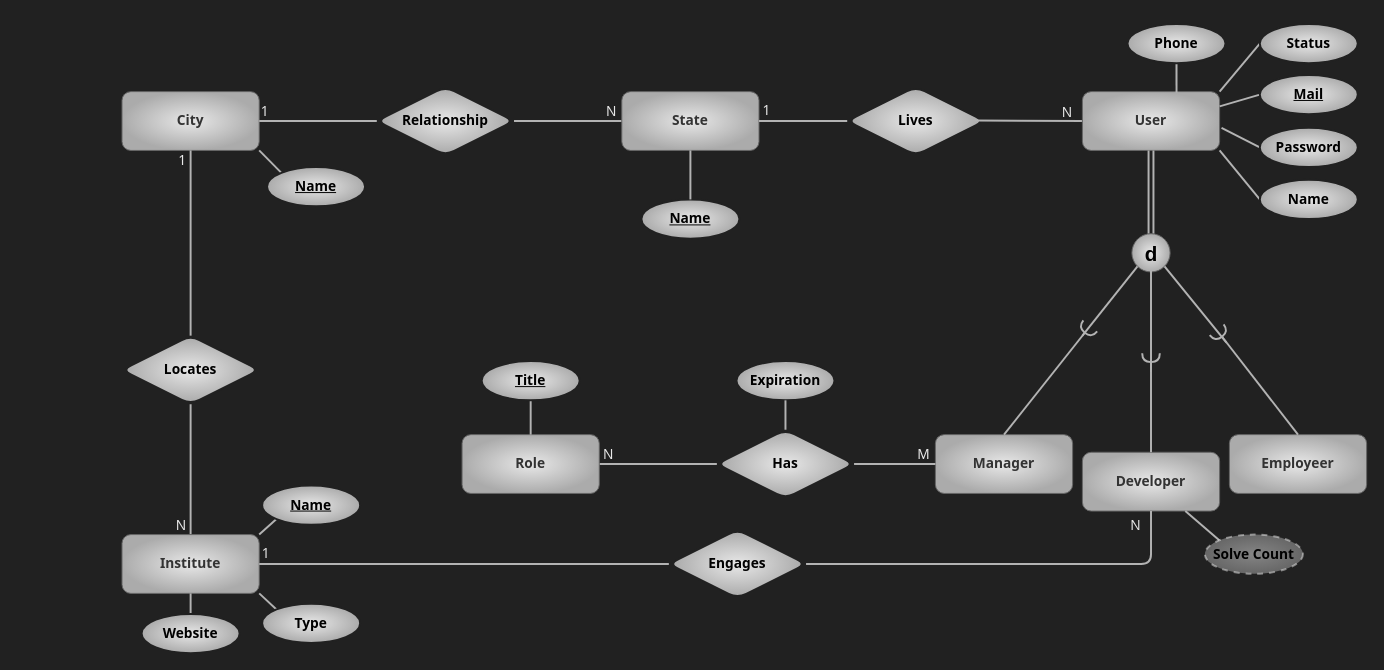
This is page "authentication" (3 of 5) of er.drawio from kntu-db/quera-db, a draw.io file, before an edit. Source tidied: cells renumbered, new cells numbered last; positions are measured from the earlier drawing's top-left corner, leaving out a move shared by most shapes. Both pictures are drawn from the tidied source at 98%, with x=0, y=0 at pixel (122, 24).
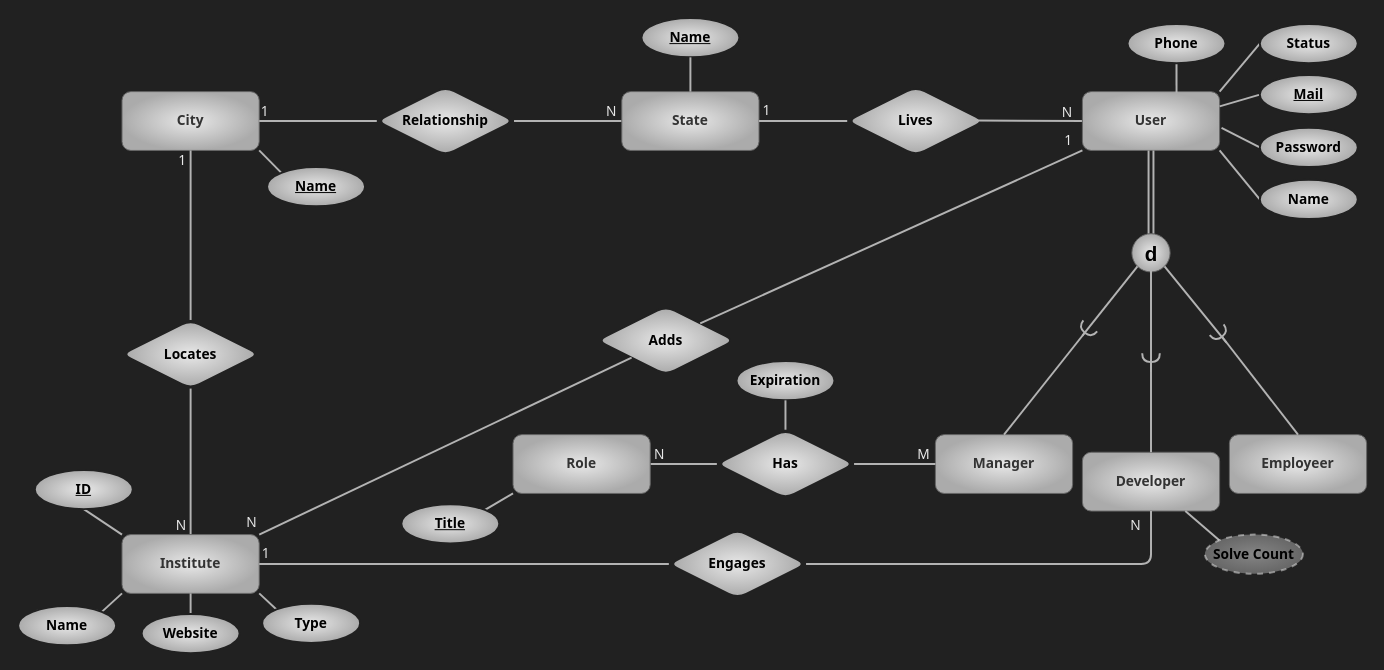
Above is the later version.

The change refers to these unchanged cells:
```xml
<mxCell id="10" value="Institute" style="whiteSpace=wrap;html=1;align=center;fontFamily=Tahoma;rounded=1;fillColor=#E8E8E8;strokeColor=#666666;fontColor=#333333;gradientColor=#ABABAB;gradientDirection=radial;fontSize=14;labelBackgroundColor=none;fontStyle=1;" parent="1" vertex="1">
  <mxGeometry y="521" width="140" height="60" as="geometry" />
</mxCell>
<mxCell id="22" value="State" style="whiteSpace=wrap;html=1;align=center;fontFamily=Tahoma;rounded=1;fillColor=#E8E8E8;strokeColor=#666666;fontColor=#333333;gradientColor=#ABABAB;gradientDirection=radial;fontSize=14;labelBackgroundColor=none;fontStyle=1;" parent="1" vertex="1">
  <mxGeometry x="510" y="69" width="140" height="60" as="geometry" />
</mxCell>
<mxCell id="30" value="User" style="whiteSpace=wrap;html=1;align=center;fontFamily=Tahoma;rounded=1;fillColor=#E8E8E8;strokeColor=#666666;fontColor=#333333;gradientColor=#ABABAB;gradientDirection=radial;fontSize=14;labelBackgroundColor=none;fontStyle=1;" parent="1" vertex="1">
  <mxGeometry x="980" y="69" width="140" height="60" as="geometry" />
</mxCell>
```

Change to the diagram source:
```diff
@@
     <mxCell id="7" value="Locates" style="shape=rhombus;perimeter=rhombusPerimeter;whiteSpace=wrap;html=1;align=center;rounded=1;labelBackgroundColor=none;fontFamily=Tahoma;fontSize=14;fontColor=#000000;strokeColor=#212121;strokeWidth=2;fillColor=#E8E8E8;gradientColor=#ABABAB;gradientDirection=radial;fontStyle=1;" parent="1" vertex="1">
-      <mxGeometry y="318" width="140" height="70" as="geometry" />
+      <mxGeometry y="302" width="140" height="70" as="geometry" />
     </mxCell>
@@
-    <mxCell id="12" style="endArrow=none;html=1;rounded=1;fontFamily=Tahoma;fontSize=14;fontColor=#000000;strokeWidth=2;sketch=0;shadow=0;fillColor=none;strokeColor=#B3B3B3;exitX=1;exitY=0;exitDx=0;exitDy=0;entryX=0;entryY=1;entryDx=0;entryDy=0;" parent="1" edge="1" source="10" target="16">
+    <mxCell id="12" style="endArrow=none;html=1;rounded=1;fontFamily=Tahoma;fontSize=14;fontColor=#000000;strokeWidth=2;sketch=0;shadow=0;fillColor=none;strokeColor=#B3B3B3;exitX=0;exitY=0;exitDx=0;exitDy=0;entryX=0.5;entryY=1;entryDx=0;entryDy=0;" parent="1" edge="1" source="10" target="16">
       <mxGeometry relative="1" as="geometry" />
     </mxCell>
@@
-    <mxCell id="16" value="Name" style="ellipse;whiteSpace=wrap;html=1;align=center;fontStyle=5;rounded=1;labelBackgroundColor=none;fontFamily=Tahoma;fontSize=14;fontColor=#000000;strokeColor=#212121;strokeWidth=2;fillColor=#E8E8E8;gradientColor=#ABABAB;gradientDirection=radial;" parent="1" vertex="1">
-      <mxGeometry x="143" y="471" width="100" height="40" as="geometry" />
+    <mxCell id="16" value="ID" style="ellipse;whiteSpace=wrap;html=1;align=center;fontStyle=5;rounded=1;labelBackgroundColor=none;fontFamily=Tahoma;fontSize=14;fontColor=#000000;strokeColor=#212121;strokeWidth=2;fillColor=#E8E8E8;gradientColor=#ABABAB;gradientDirection=radial;" parent="1" vertex="1">
+      <mxGeometry x="-89" y="455" width="100" height="40" as="geometry" />
     </mxCell>
@@
     <mxCell id="23" value="Name" style="ellipse;whiteSpace=wrap;html=1;align=center;fontStyle=5;rounded=1;labelBackgroundColor=none;fontFamily=Tahoma;fontSize=14;fontColor=#000000;strokeColor=#212121;strokeWidth=2;fillColor=#E8E8E8;gradientColor=#ABABAB;gradientDirection=radial;" parent="1" vertex="1">
-      <mxGeometry x="530" y="179" width="100" height="40" as="geometry" />
+      <mxGeometry x="530" y="-6" width="100" height="40" as="geometry" />
     </mxCell>
-    <mxCell id="24" style="endArrow=none;html=1;rounded=1;fontFamily=Tahoma;fontSize=14;fontColor=#000000;strokeWidth=2;sketch=0;shadow=0;fillColor=none;strokeColor=#B3B3B3;exitX=0.5;exitY=1;exitDx=0;exitDy=0;entryX=0.5;entryY=0;entryDx=0;entryDy=0;" parent="1" edge="1" source="22" target="23">
+    <mxCell id="24" style="endArrow=none;html=1;rounded=1;fontFamily=Tahoma;fontSize=14;fontColor=#000000;strokeWidth=2;sketch=0;shadow=0;fillColor=none;strokeColor=#B3B3B3;entryX=0.5;entryY=1;entryDx=0;entryDy=0;exitX=0.5;exitY=0;exitDx=0;exitDy=0;" parent="1" edge="1" source="22" target="23">
       <mxGeometry relative="1" as="geometry" />
     </mxCell>
@@
     <mxCell id="66" value="Role" style="whiteSpace=wrap;html=1;align=center;fontFamily=Tahoma;rounded=1;fillColor=#E8E8E8;strokeColor=#666666;fontColor=#333333;gradientColor=#ABABAB;gradientDirection=radial;fontSize=14;labelBackgroundColor=none;fontStyle=1;" parent="1" vertex="1">
-      <mxGeometry x="347" y="419" width="140" height="60" as="geometry" />
+      <mxGeometry x="399" y="419" width="140" height="60" as="geometry" />
     </mxCell>
@@
-    <mxCell id="70" style="edgeStyle=none;html=1;exitX=0.5;exitY=1;exitDx=0;exitDy=0;entryX=0.5;entryY=0;entryDx=0;entryDy=0;endArrow=none;endFill=0;strokeColor=#B3B3B3;strokeWidth=2;" parent="1" edge="1" source="71" target="66">
+    <mxCell id="70" style="edgeStyle=none;html=1;endArrow=none;endFill=0;strokeColor=#B3B3B3;strokeWidth=2;entryX=0;entryY=1;entryDx=0;entryDy=0;exitX=1;exitY=0;exitDx=0;exitDy=0;" parent="1" edge="1" source="71" target="66">
       <mxGeometry relative="1" as="geometry" />
     </mxCell>
     <mxCell id="71" value="Title" style="ellipse;whiteSpace=wrap;html=1;align=center;rounded=1;labelBackgroundColor=none;fontFamily=Tahoma;fontSize=14;fontColor=#000000;strokeColor=#212121;strokeWidth=2;fillColor=#E8E8E8;gradientColor=#ABABAB;gradientDirection=radial;fontStyle=5;" parent="1" vertex="1">
-      <mxGeometry x="367" y="344" width="100" height="40" as="geometry" />
+      <mxGeometry x="285" y="490" width="100" height="40" as="geometry" />
     </mxCell>
+    <mxCell id="72" style="edgeStyle=none;html=1;exitX=1;exitY=0;exitDx=0;exitDy=0;entryX=0;entryY=1;entryDx=0;entryDy=0;strokeColor=#B3B3B3;strokeWidth=2;endArrow=none;endFill=0;" parent="1" edge="1" source="73" target="10">
+      <mxGeometry relative="1" as="geometry" />
+    </mxCell>
+    <mxCell id="73" value="Name" style="ellipse;whiteSpace=wrap;html=1;align=center;fontStyle=1;rounded=1;labelBackgroundColor=none;fontFamily=Tahoma;fontSize=14;fontColor=#000000;strokeColor=#212121;strokeWidth=2;fillColor=#E8E8E8;gradientColor=#ABABAB;gradientDirection=radial;" parent="1" vertex="1">
+      <mxGeometry x="-106" y="594" width="100" height="40" as="geometry" />
+    </mxCell>
+    <mxCell id="74" value="Adds" style="shape=rhombus;perimeter=rhombusPerimeter;whiteSpace=wrap;html=1;align=center;rounded=1;labelBackgroundColor=none;fontFamily=Tahoma;fontSize=14;fontColor=#000000;strokeColor=#212121;strokeWidth=2;fillColor=#E8E8E8;gradientColor=#ABABAB;gradientDirection=radial;fontStyle=1;" parent="1" vertex="1">
+      <mxGeometry x="485" y="288" width="140" height="70" as="geometry" />
+    </mxCell>
+    <mxCell id="75" style="endArrow=none;html=1;rounded=1;shadow=0;sketch=0;fontFamily=Tahoma;fontSize=14;fontColor=#E8E8E8;strokeWidth=2;fillColor=none;strokeColor=#B3B3B3;exitX=0;exitY=1;exitDx=0;exitDy=0;entryX=1;entryY=0;entryDx=0;entryDy=0;" parent="1" edge="1" source="30" target="74">
+      <mxGeometry relative="1" as="geometry" />
+    </mxCell>
+    <mxCell id="76" value="1" style="html=1;align=left;verticalAlign=bottom;rounded=1;shadow=0;glass=0;labelBackgroundColor=none;labelBorderColor=none;fontFamily=Tahoma;fontSize=14;fontColor=#E8E8E8;strokeColor=#3D3D3D;strokeWidth=1;fillColor=#E8E8E8;gradientColor=#ABABAB;gradientDirection=radial;" parent="75" vertex="1">
+      <mxGeometry x="-1" relative="1" as="geometry">
+        <mxPoint x="-20" as="offset" />
+      </mxGeometry>
+    </mxCell>
+    <mxCell id="77" style="html=1;rounded=1;shadow=0;sketch=0;fontFamily=Tahoma;fontSize=14;fontColor=#E8E8E8;strokeWidth=2;fillColor=none;strokeColor=#B3B3B3;entryX=1;entryY=0;entryDx=0;entryDy=0;endArrow=none;endFill=0;exitX=0;exitY=1;exitDx=0;exitDy=0;" parent="1" edge="1" source="74" target="10">
+      <mxGeometry relative="1" as="geometry" />
+    </mxCell>
+    <mxCell id="78" value="N" style="html=1;align=right;verticalAlign=bottom;rounded=1;shadow=0;glass=0;labelBackgroundColor=none;labelBorderColor=none;fontFamily=Tahoma;fontSize=14;fontColor=#E8E8E8;strokeColor=#3D3D3D;strokeWidth=1;fillColor=#E8E8E8;gradientColor=#ABABAB;gradientDirection=radial;" parent="77" vertex="1">
+      <mxGeometry x="1" relative="1" as="geometry">
+        <mxPoint x="-2" y="-2" as="offset" />
+      </mxGeometry>
+    </mxCell>
```
